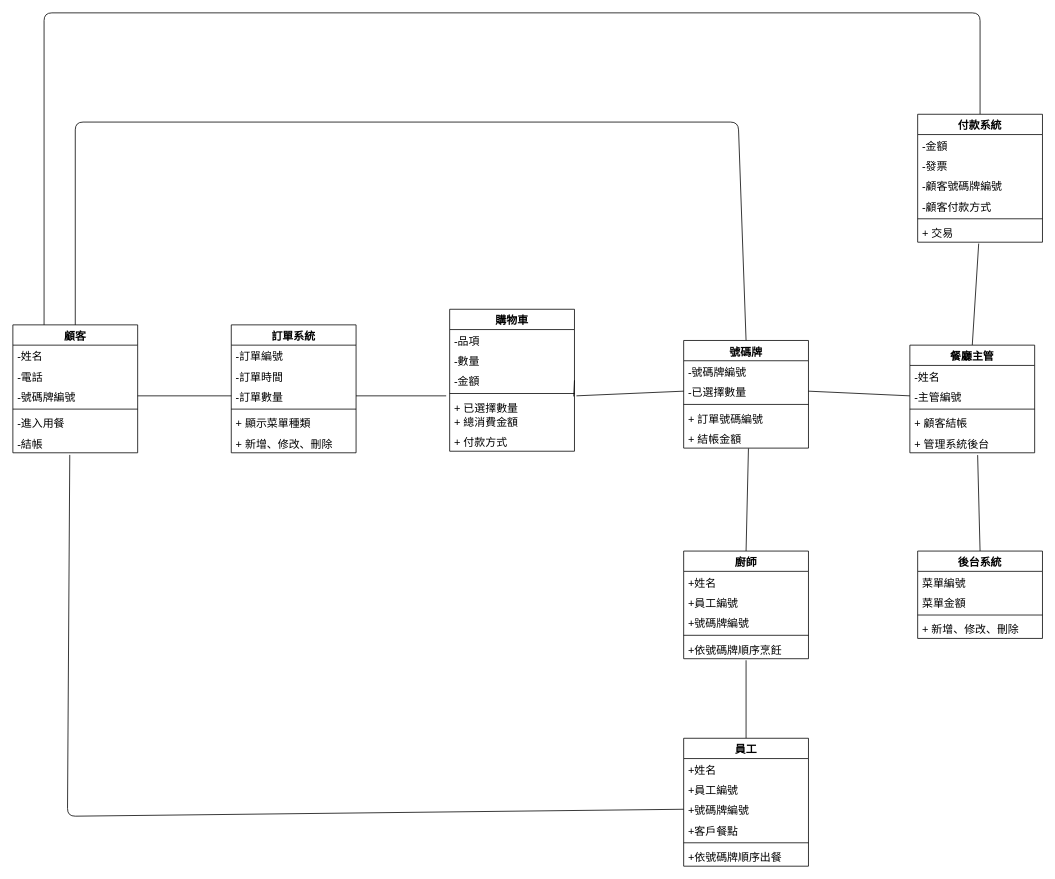
Above: page "類別圖" (3 of 4) of answer.drawio in der0829/111-2End (draw.io), before the change. Source tidied: cells renumbered, new cells numbered last; positions are measured from the earlier drawing's top-left corner, leaving out a move shared by most shapes. Both pictures are drawn from the tidied source at 78%, with x=0, y=0 at pixel (12, 12).
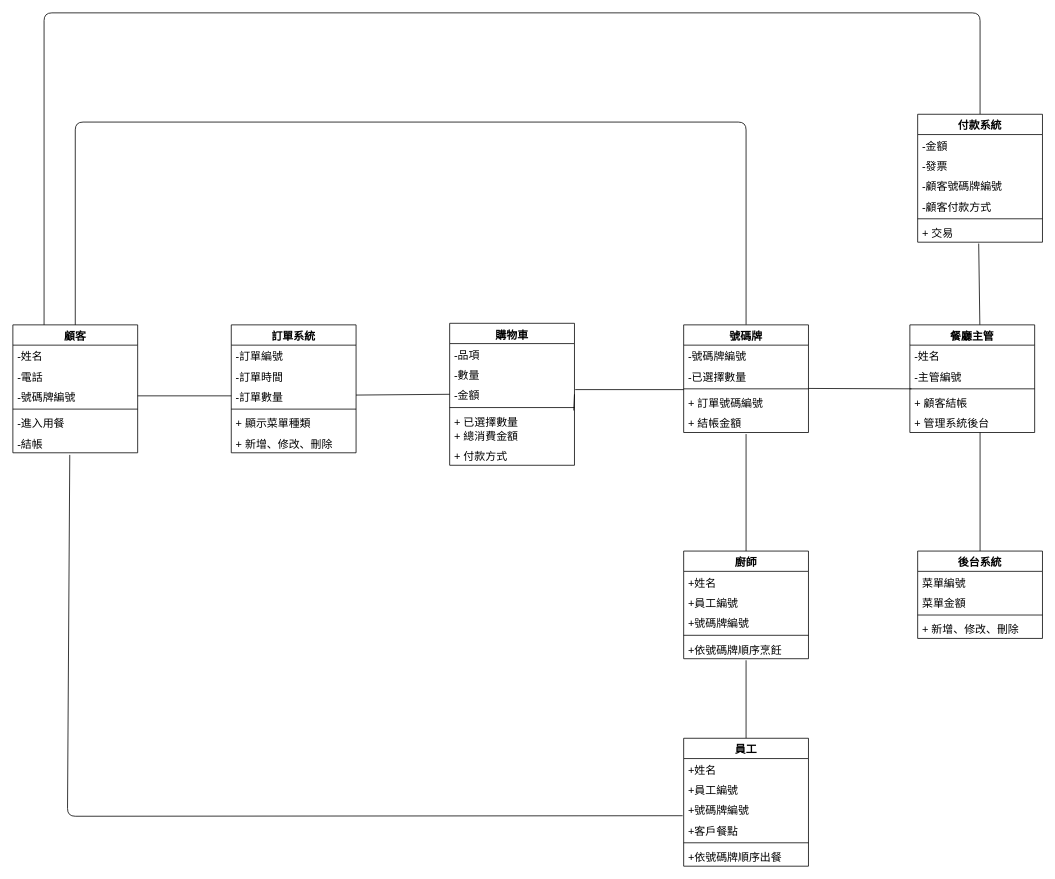
The same page after the edit.

The change refers to these unchanged cells:
```xml
<mxCell id="2" value="顧客" style="swimlane;fontStyle=1;align=center;verticalAlign=top;horizontal=1;startSize=26;fontSize=14;" parent="1" vertex="1">
  <mxGeometry y="400" width="160" height="164" as="geometry" />
</mxCell>
<mxCell id="8" value="-結帳" style="text;strokeColor=none;fillColor=none;align=left;verticalAlign=top;spacingLeft=4;spacingRight=4;overflow=hidden;points=[[0,0.5],[1,0.5]];portConstraint=eastwest;fontSize=14;" parent="2" vertex="1">
  <mxGeometry y="138" width="160" height="26" as="geometry" />
</mxCell>
<mxCell id="12" value="-訂單數量" style="text;strokeColor=none;fillColor=none;align=left;verticalAlign=top;spacingLeft=4;spacingRight=4;overflow=hidden;points=[[0,0.5],[1,0.5]];portConstraint=eastwest;fontSize=14;" parent="9" vertex="1">
  <mxGeometry y="78" width="160" height="26" as="geometry" />
</mxCell>
<mxCell id="19" value="-金額" style="text;strokeColor=none;fillColor=none;align=left;verticalAlign=top;spacingLeft=4;spacingRight=4;overflow=hidden;points=[[0,0.5],[1,0.5]];portConstraint=eastwest;fontSize=14;" parent="16" vertex="1">
  <mxGeometry y="78" width="160" height="26" as="geometry" />
</mxCell>
<mxCell id="21" value="+ 已選擇數量" style="text;strokeColor=none;fillColor=none;align=left;verticalAlign=top;spacingLeft=4;spacingRight=4;overflow=hidden;points=[[0,0.5],[1,0.5]];portConstraint=eastwest;fontSize=14;" parent="16" vertex="1">
  <mxGeometry y="112" width="160" height="18" as="geometry" />
</mxCell>
<mxCell id="28" value="-已選擇數量" style="text;strokeColor=none;fillColor=none;align=left;verticalAlign=top;spacingLeft=4;spacingRight=4;overflow=hidden;points=[[0,0.5],[1,0.5]];portConstraint=eastwest;fontSize=14;" parent="26" vertex="1">
  <mxGeometry y="52" width="160" height="26" as="geometry" />
</mxCell>
<mxCell id="31" value="+ 結帳金額" style="text;strokeColor=none;fillColor=none;align=left;verticalAlign=top;spacingLeft=4;spacingRight=4;overflow=hidden;points=[[0,0.5],[1,0.5]];portConstraint=eastwest;fontSize=14;" parent="26" vertex="1">
  <mxGeometry y="112" width="160" height="26" as="geometry" />
</mxCell>
<mxCell id="35" value="-主管編號" style="text;strokeColor=none;fillColor=none;align=left;verticalAlign=top;spacingLeft=4;spacingRight=4;overflow=hidden;points=[[0,0.5],[1,0.5]];portConstraint=eastwest;fontSize=14;" parent="33" vertex="1">
  <mxGeometry y="52" width="160" height="26" as="geometry" />
</mxCell>
<mxCell id="36" style="line;strokeWidth=1;fillColor=none;align=left;verticalAlign=middle;spacingTop=-1;spacingLeft=3;spacingRight=3;labelPosition=right;points=[];portConstraint=eastwest;strokeColor=inherit;fontSize=14;" parent="33" vertex="1">
  <mxGeometry y="78" width="160" height="8" as="geometry" />
</mxCell>
<mxCell id="38" value="+ 管理系統後台" style="text;strokeColor=none;fillColor=none;align=left;verticalAlign=top;spacingLeft=4;spacingRight=4;overflow=hidden;points=[[0,0.5],[1,0.5]];portConstraint=eastwest;fontSize=14;" parent="33" vertex="1">
  <mxGeometry y="112" width="160" height="26" as="geometry" />
</mxCell>
<mxCell id="40" value="後台系統" style="swimlane;fontStyle=1;align=center;verticalAlign=top;horizontal=1;startSize=26;fontSize=14;" parent="1" vertex="1">
  <mxGeometry x="1160" y="690" width="160" height="112" as="geometry" />
</mxCell>
<mxCell id="46" value="廚師" style="swimlane;fontStyle=1;align=center;verticalAlign=top;horizontal=1;startSize=26;fontSize=14;" parent="1" vertex="1">
  <mxGeometry x="860" y="690" width="160" height="138" as="geometry" />
</mxCell>
<mxCell id="56" value="+號碼牌編號" style="text;strokeColor=none;fillColor=none;align=left;verticalAlign=top;spacingLeft=4;spacingRight=4;overflow=hidden;points=[[0,0.5],[1,0.5]];portConstraint=eastwest;fontSize=14;" parent="53" vertex="1">
  <mxGeometry y="78" width="160" height="26" as="geometry" />
</mxCell>
<mxCell id="72" value="+ 交易" style="text;strokeColor=none;fillColor=none;align=left;verticalAlign=top;spacingLeft=4;spacingRight=4;overflow=hidden;points=[[0,0.5],[1,0.5]];portConstraint=eastwest;fontSize=14;" parent="66" vertex="1">
  <mxGeometry y="138" width="160" height="26" as="geometry" />
</mxCell>
```

The edit, as a diff of the source:
```diff
@@
     <mxCell id="16" value="購物車" style="swimlane;fontStyle=1;align=center;verticalAlign=top;horizontal=1;startSize=26;fontSize=14;" parent="1" vertex="1">
-      <mxGeometry x="560" y="380" width="160" height="182" as="geometry" />
+      <mxGeometry x="560" y="398" width="160" height="182" as="geometry" />
     </mxCell>
@@
-    <mxCell id="25" style="edgeStyle=none;html=1;exitX=0.5;exitY=0;exitDx=0;exitDy=0;fontSize=14;endArrow=none;endFill=0;entryX=0.5;entryY=0;entryDx=0;entryDy=0;" parent="1" edge="1" source="26" target="2">
+    <mxCell id="25" style="edgeStyle=none;html=1;fontSize=14;endArrow=none;endFill=0;entryX=0.5;entryY=0;entryDx=0;entryDy=0;exitX=0.5;exitY=0;exitDx=0;exitDy=0;" parent="1" edge="1" source="26" target="2">
       <mxGeometry relative="1" as="geometry">
         <Array as="points">
-          <mxPoint x="930" y="140" />
+          <mxPoint x="940" y="140" />
           <mxPoint x="80" y="140" />
         </Array>
       </mxGeometry>
     </mxCell>
     <mxCell id="26" value="號碼牌" style="swimlane;fontStyle=1;align=center;verticalAlign=top;horizontal=1;startSize=26;fontSize=14;" parent="1" vertex="1">
-      <mxGeometry x="860" y="420" width="160" height="138" as="geometry" />
+      <mxGeometry x="860" y="400" width="160" height="138" as="geometry" />
     </mxCell>
@@
-    <mxCell id="32" style="edgeStyle=none;html=1;exitX=0.5;exitY=0;exitDx=0;exitDy=0;entryX=0.489;entryY=1.068;entryDx=0;entryDy=0;entryPerimeter=0;endArrow=none;endFill=0;" parent="1" edge="1" source="33" target="72">
-      <mxGeometry relative="1" as="geometry" />
+    <mxCell id="32" style="edgeStyle=none;html=1;entryX=0.489;entryY=1.068;entryDx=0;entryDy=0;entryPerimeter=0;endArrow=none;endFill=0;" parent="1" edge="1" target="72">
+      <mxGeometry relative="1" as="geometry">
+        <mxPoint x="1240" y="420" as="sourcePoint" />
+      </mxGeometry>
     </mxCell>
     <mxCell id="33" value="餐廳主管" style="swimlane;fontStyle=1;align=center;verticalAlign=top;horizontal=1;startSize=26;fontSize=14;" parent="1" vertex="1">
-      <mxGeometry x="1150" y="426" width="160" height="138" as="geometry" />
+      <mxGeometry x="1150" y="400" width="160" height="138" as="geometry" />
     </mxCell>
@@
-    <mxCell id="39" style="edgeStyle=none;html=1;exitX=0.5;exitY=0;exitDx=0;exitDy=0;entryX=0.543;entryY=1.114;entryDx=0;entryDy=0;entryPerimeter=0;fontSize=14;endArrow=none;endFill=0;" parent="1" edge="1" source="40" target="38">
-      <mxGeometry relative="1" as="geometry" />
-    </mxCell>
@@
-    <mxCell id="45" style="edgeStyle=none;html=1;exitX=0.5;exitY=0;exitDx=0;exitDy=0;entryX=0.519;entryY=1.014;entryDx=0;entryDy=0;entryPerimeter=0;fontSize=14;endArrow=none;endFill=0;" parent="1" edge="1" source="46" target="31">
-      <mxGeometry relative="1" as="geometry" />
-    </mxCell>
@@
-    <mxCell id="61" style="edgeStyle=none;html=1;exitX=1;exitY=0.5;exitDx=0;exitDy=0;fontSize=14;endArrow=none;endFill=0;entryX=-0.028;entryY=-0.055;entryDx=0;entryDy=0;entryPerimeter=0;" parent="1" edge="1" source="12" target="21">
-      <mxGeometry relative="1" as="geometry" />
+    <mxCell id="61" style="edgeStyle=none;html=1;fontSize=14;endArrow=none;endFill=0;entryX=0;entryY=0.5;entryDx=0;entryDy=0;" parent="1" edge="1" target="19">
+      <mxGeometry relative="1" as="geometry">
+        <mxPoint x="440" y="490" as="sourcePoint" />
+      </mxGeometry>
     </mxCell>
-    <mxCell id="62" style="edgeStyle=none;html=1;exitX=1.016;exitY=-0.056;exitDx=0;exitDy=0;fontSize=14;endArrow=none;endFill=0;entryX=0;entryY=0.5;entryDx=0;entryDy=0;exitPerimeter=0;" parent="1" edge="1" source="21" target="28">
-      <mxGeometry relative="1" as="geometry" />
-    </mxCell>
-    <mxCell id="63" style="edgeStyle=none;html=1;exitX=1;exitY=0.5;exitDx=0;exitDy=0;entryX=0;entryY=0.5;entryDx=0;entryDy=0;fontSize=14;endArrow=none;endFill=0;" parent="1" edge="1" source="28" target="35">
-      <mxGeometry relative="1" as="geometry" />
-    </mxCell>
-    <mxCell id="64" style="edgeStyle=none;html=1;exitX=0;exitY=0.5;exitDx=0;exitDy=0;fontSize=14;endArrow=none;endFill=0;entryX=0.456;entryY=1.103;entryDx=0;entryDy=0;entryPerimeter=0;" parent="1" edge="1" source="56" target="8">
+    <mxCell id="64" style="edgeStyle=none;html=1;fontSize=14;endArrow=none;endFill=0;entryX=0.456;entryY=1.103;entryDx=0;entryDy=0;entryPerimeter=0;exitX=-0.008;exitY=0.819;exitDx=0;exitDy=0;exitPerimeter=0;" parent="1" edge="1" source="56" target="8">
       <mxGeometry relative="1" as="geometry">
         <Array as="points">
           <mxPoint x="70" y="1030" />
         </Array>
       </mxGeometry>
     </mxCell>
@@
+    <mxCell id="73" style="edgeStyle=none;html=1;fontSize=14;endArrow=none;endFill=0;exitX=0.013;exitY=0.5;exitDx=0;exitDy=0;exitPerimeter=0;" parent="1" edge="1" source="36">
+      <mxGeometry relative="1" as="geometry">
+        <mxPoint x="1020" y="481.5" as="targetPoint" />
+      </mxGeometry>
+    </mxCell>
+    <mxCell id="74" style="edgeStyle=none;html=1;fontSize=14;endArrow=none;endFill=0;exitX=1.006;exitY=0.269;exitDx=0;exitDy=0;exitPerimeter=0;" parent="1" edge="1" source="19">
+      <mxGeometry relative="1" as="geometry">
+        <mxPoint x="860" y="483" as="targetPoint" />
+      </mxGeometry>
+    </mxCell>
+    <mxCell id="75" style="edgeStyle=none;html=1;exitX=0.5;exitY=0;exitDx=0;exitDy=0;fontSize=14;endArrow=none;endFill=0;" parent="1" edge="1" source="46">
+      <mxGeometry relative="1" as="geometry">
+        <mxPoint x="940" y="540" as="targetPoint" />
+      </mxGeometry>
+    </mxCell>
+    <mxCell id="76" style="edgeStyle=none;html=1;exitX=0.5;exitY=0;exitDx=0;exitDy=0;fontSize=14;endArrow=none;endFill=0;" parent="1" edge="1" source="40">
+      <mxGeometry relative="1" as="geometry">
+        <mxPoint x="1240" y="538" as="targetPoint" />
+      </mxGeometry>
+    </mxCell>
```
